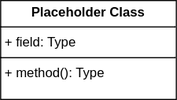
zbe711/TempMon keeps this draw.io diagram as arch/swe3/class_diagram.drawio.svg. Above is the earlier version. Source tidied: cells renumbered, new cells last; positions are measured from the earlier drawing's top-left corner, leaving out a move shared by most shapes. Source of this version:
```xml
<mxGraphModel>
  <root>
    <mxCell id="0" />
    <mxCell id="1" parent="0" />
    <mxCell id="2" value="&lt;p style=&quot;margin:0px;margin-top:4px;text-align:center;&quot;&gt;&lt;b&gt;Placeholder Class&lt;/b&gt;&lt;/p&gt;&lt;hr size=&quot;1&quot; style=&quot;border-style:solid;&quot;&gt;&lt;p style=&quot;margin:0px;margin-left:4px;&quot;&gt;+ field: Type&lt;/p&gt;&lt;hr size=&quot;1&quot; style=&quot;border-style:solid;&quot;&gt;&lt;p style=&quot;margin:0px;margin-left:4px;&quot;&gt;+ method(): Type&lt;/p&gt;" style="verticalAlign=top;align=left;overflow=fill;html=1;whiteSpace=wrap;" parent="1" vertex="1">
      <mxGeometry width="160" height="90" as="geometry" />
    </mxCell>
  </root>
</mxGraphModel>
```
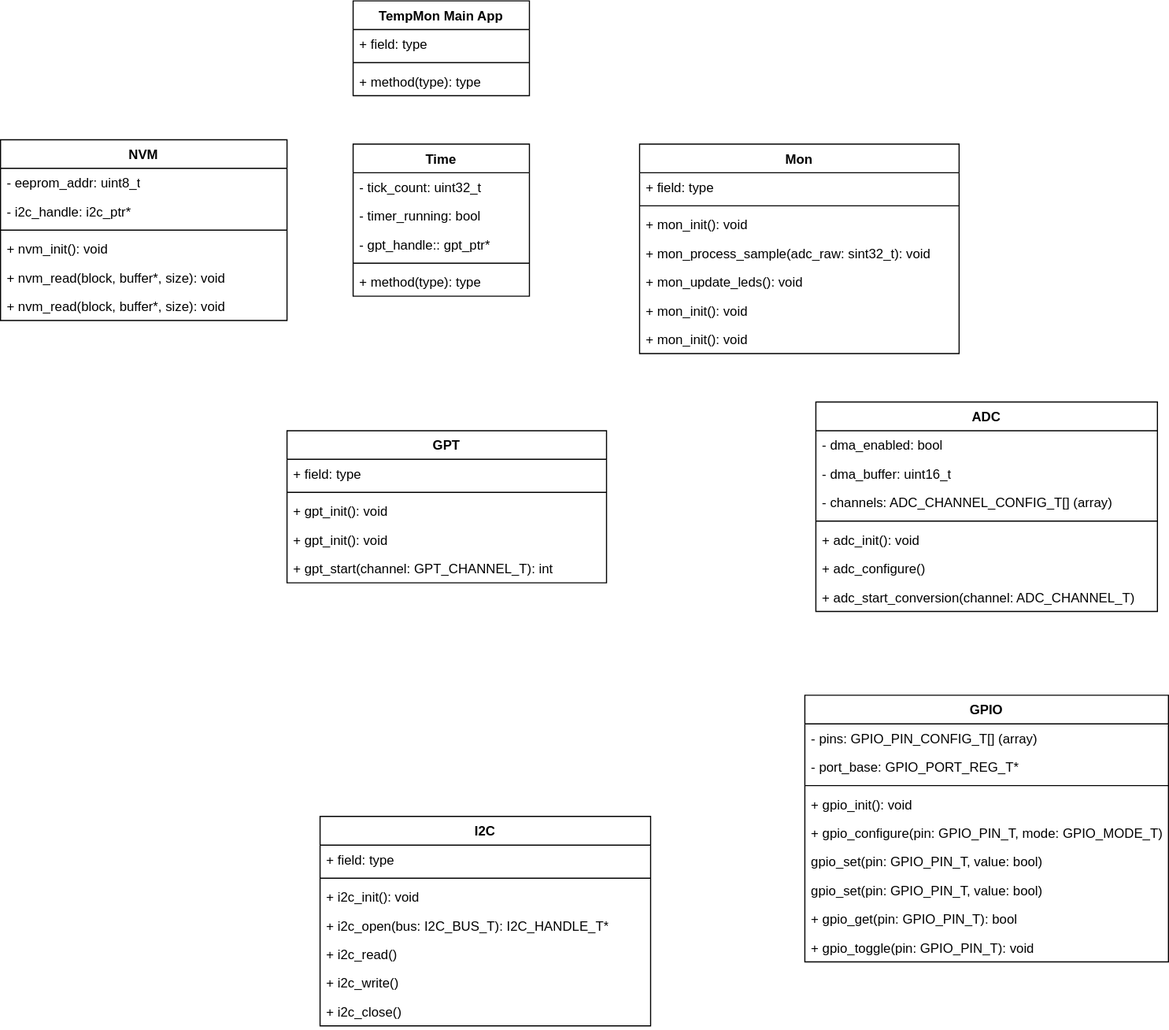
The same file after the commit.

Commit message:
add initial draft of class diagram

Change to the diagram source:
```diff
@@ -2,8 +2,176 @@
   <root>
     <mxCell id="0" />
     <mxCell id="1" parent="0" />
-    <mxCell id="2" value="&lt;p style=&quot;margin:0px;margin-top:4px;text-align:center;&quot;&gt;&lt;b&gt;Placeholder Class&lt;/b&gt;&lt;/p&gt;&lt;hr size=&quot;1&quot; style=&quot;border-style:solid;&quot;&gt;&lt;p style=&quot;margin:0px;margin-left:4px;&quot;&gt;+ field: Type&lt;/p&gt;&lt;hr size=&quot;1&quot; style=&quot;border-style:solid;&quot;&gt;&lt;p style=&quot;margin:0px;margin-left:4px;&quot;&gt;+ method(): Type&lt;/p&gt;" style="verticalAlign=top;align=left;overflow=fill;html=1;whiteSpace=wrap;" parent="1" vertex="1">
-      <mxGeometry width="160" height="90" as="geometry" />
+    <mxCell id="2" value="NVM" style="swimlane;fontStyle=1;align=center;verticalAlign=top;horizontal=1;startSize=26;whiteSpace=wrap;html=1;" parent="1" vertex="1">
+      <mxGeometry width="260" height="164" as="geometry" />
     </mxCell>
+    <mxCell id="3" value="- eeprom_addr: uint8_t" style="text;strokeColor=none;fillColor=none;align=left;verticalAlign=top;spacingLeft=4;spacingRight=4;overflow=hidden;whiteSpace=wrap;html=1;" parent="2" vertex="1">
+      <mxGeometry y="26" width="260" height="26" as="geometry" />
+    </mxCell>
+    <mxCell id="4" value="- i2c_handle: i2c_ptr*" style="text;strokeColor=none;fillColor=none;align=left;verticalAlign=top;spacingLeft=4;spacingRight=4;overflow=hidden;whiteSpace=wrap;html=1;" parent="2" vertex="1">
+      <mxGeometry y="52" width="260" height="26" as="geometry" />
+    </mxCell>
+    <mxCell id="5" style="line;strokeWidth=1;fillColor=none;align=left;verticalAlign=middle;spacingTop=-1;spacingLeft=3;spacingRight=3;labelPosition=right;strokeColor=inherit;" parent="2" vertex="1">
+      <mxGeometry y="78" width="260" height="8" as="geometry" />
+    </mxCell>
+    <mxCell id="6" value="+ nvm_init(): void" style="text;strokeColor=none;fillColor=none;align=left;verticalAlign=top;spacingLeft=4;spacingRight=4;overflow=hidden;whiteSpace=wrap;html=1;" parent="2" vertex="1">
+      <mxGeometry y="86" width="260" height="26" as="geometry" />
+    </mxCell>
+    <mxCell id="7" value="+ nvm_read(block, buffer*, size): void" style="text;strokeColor=none;fillColor=none;align=left;verticalAlign=top;spacingLeft=4;spacingRight=4;overflow=hidden;whiteSpace=wrap;html=1;" parent="2" vertex="1">
+      <mxGeometry y="112" width="260" height="26" as="geometry" />
+    </mxCell>
+    <mxCell id="8" value="+ nvm_read(block, buffer*, size): void" style="text;strokeColor=none;fillColor=none;align=left;verticalAlign=top;spacingLeft=4;spacingRight=4;overflow=hidden;whiteSpace=wrap;html=1;" parent="2" vertex="1">
+      <mxGeometry y="138" width="260" height="26" as="geometry" />
+    </mxCell>
+    <mxCell id="9" value="Time" style="swimlane;fontStyle=1;align=center;verticalAlign=top;horizontal=1;startSize=26;whiteSpace=wrap;html=1;" parent="1" vertex="1">
+      <mxGeometry x="320" y="4" width="160" height="138" as="geometry" />
+    </mxCell>
+    <mxCell id="10" value="- tick_count: uint32_t" style="text;strokeColor=none;fillColor=none;align=left;verticalAlign=top;spacingLeft=4;spacingRight=4;overflow=hidden;whiteSpace=wrap;html=1;" parent="9" vertex="1">
+      <mxGeometry y="26" width="160" height="26" as="geometry" />
+    </mxCell>
+    <mxCell id="11" value="- timer_running: bool" style="text;strokeColor=none;fillColor=none;align=left;verticalAlign=top;spacingLeft=4;spacingRight=4;overflow=hidden;whiteSpace=wrap;html=1;" parent="9" vertex="1">
+      <mxGeometry y="52" width="160" height="26" as="geometry" />
+    </mxCell>
+    <mxCell id="12" value="- gpt_handle:: gpt_ptr*" style="text;strokeColor=none;fillColor=none;align=left;verticalAlign=top;spacingLeft=4;spacingRight=4;overflow=hidden;whiteSpace=wrap;html=1;" parent="9" vertex="1">
+      <mxGeometry y="78" width="160" height="26" as="geometry" />
+    </mxCell>
+    <mxCell id="13" style="line;strokeWidth=1;fillColor=none;align=left;verticalAlign=middle;spacingTop=-1;spacingLeft=3;spacingRight=3;labelPosition=right;strokeColor=inherit;" parent="9" vertex="1">
+      <mxGeometry y="104" width="160" height="8" as="geometry" />
+    </mxCell>
+    <mxCell id="14" value="+ method(type): type" style="text;strokeColor=none;fillColor=none;align=left;verticalAlign=top;spacingLeft=4;spacingRight=4;overflow=hidden;whiteSpace=wrap;html=1;" parent="9" vertex="1">
+      <mxGeometry y="112" width="160" height="26" as="geometry" />
+    </mxCell>
+    <mxCell id="15" value="Mon" style="swimlane;fontStyle=1;align=center;verticalAlign=top;horizontal=1;startSize=26;whiteSpace=wrap;html=1;" parent="1" vertex="1">
+      <mxGeometry x="580" y="4" width="290" height="190" as="geometry" />
+    </mxCell>
+    <mxCell id="16" value="+ field: type" style="text;strokeColor=none;fillColor=none;align=left;verticalAlign=top;spacingLeft=4;spacingRight=4;overflow=hidden;whiteSpace=wrap;html=1;" parent="15" vertex="1">
+      <mxGeometry y="26" width="290" height="26" as="geometry" />
+    </mxCell>
+    <mxCell id="17" style="line;strokeWidth=1;fillColor=none;align=left;verticalAlign=middle;spacingTop=-1;spacingLeft=3;spacingRight=3;labelPosition=right;strokeColor=inherit;" parent="15" vertex="1">
+      <mxGeometry y="52" width="290" height="8" as="geometry" />
+    </mxCell>
+    <mxCell id="18" value="+ mon_init(): void" style="text;strokeColor=none;fillColor=none;align=left;verticalAlign=top;spacingLeft=4;spacingRight=4;overflow=hidden;whiteSpace=wrap;html=1;" parent="15" vertex="1">
+      <mxGeometry y="60" width="290" height="26" as="geometry" />
+    </mxCell>
+    <mxCell id="19" value="+ mon_process_sample(adc_raw: sint32_t): void" style="text;strokeColor=none;fillColor=none;align=left;verticalAlign=top;spacingLeft=4;spacingRight=4;overflow=hidden;whiteSpace=wrap;html=1;" parent="15" vertex="1">
+      <mxGeometry y="86" width="290" height="26" as="geometry" />
+    </mxCell>
+    <mxCell id="20" value="+ mon_update_leds(): void" style="text;strokeColor=none;fillColor=none;align=left;verticalAlign=top;spacingLeft=4;spacingRight=4;overflow=hidden;whiteSpace=wrap;html=1;" parent="15" vertex="1">
+      <mxGeometry y="112" width="290" height="26" as="geometry" />
+    </mxCell>
+    <mxCell id="21" value="+ mon_init(): void" style="text;strokeColor=none;fillColor=none;align=left;verticalAlign=top;spacingLeft=4;spacingRight=4;overflow=hidden;whiteSpace=wrap;html=1;" parent="15" vertex="1">
+      <mxGeometry y="138" width="290" height="26" as="geometry" />
+    </mxCell>
+    <mxCell id="22" value="+ mon_init(): void" style="text;strokeColor=none;fillColor=none;align=left;verticalAlign=top;spacingLeft=4;spacingRight=4;overflow=hidden;whiteSpace=wrap;html=1;" parent="15" vertex="1">
+      <mxGeometry y="164" width="290" height="26" as="geometry" />
+    </mxCell>
+    <mxCell id="23" value="TempMon Main App" style="swimlane;fontStyle=1;align=center;verticalAlign=top;horizontal=1;startSize=26;whiteSpace=wrap;html=1;" parent="1" vertex="1">
+      <mxGeometry x="320" y="-126" width="160" height="86" as="geometry" />
+    </mxCell>
+    <mxCell id="24" value="+ field: type" style="text;strokeColor=none;fillColor=none;align=left;verticalAlign=top;spacingLeft=4;spacingRight=4;overflow=hidden;whiteSpace=wrap;html=1;" parent="23" vertex="1">
+      <mxGeometry y="26" width="160" height="26" as="geometry" />
+    </mxCell>
+    <mxCell id="25" style="line;strokeWidth=1;fillColor=none;align=left;verticalAlign=middle;spacingTop=-1;spacingLeft=3;spacingRight=3;labelPosition=right;strokeColor=inherit;" parent="23" vertex="1">
+      <mxGeometry y="52" width="160" height="8" as="geometry" />
+    </mxCell>
+    <mxCell id="26" value="+ method(type): type" style="text;strokeColor=none;fillColor=none;align=left;verticalAlign=top;spacingLeft=4;spacingRight=4;overflow=hidden;whiteSpace=wrap;html=1;" parent="23" vertex="1">
+      <mxGeometry y="60" width="160" height="26" as="geometry" />
+    </mxCell>
+    <mxCell id="27" value="GPT" style="swimlane;fontStyle=1;align=center;verticalAlign=top;horizontal=1;startSize=26;whiteSpace=wrap;html=1;" parent="1" vertex="1">
+      <mxGeometry x="260" y="264" width="290" height="138" as="geometry" />
+    </mxCell>
+    <mxCell id="28" value="+ field: type" style="text;strokeColor=none;fillColor=none;align=left;verticalAlign=top;spacingLeft=4;spacingRight=4;overflow=hidden;whiteSpace=wrap;html=1;" parent="27" vertex="1">
+      <mxGeometry y="26" width="290" height="26" as="geometry" />
+    </mxCell>
+    <mxCell id="29" style="line;strokeWidth=1;fillColor=none;align=left;verticalAlign=middle;spacingTop=-1;spacingLeft=3;spacingRight=3;labelPosition=right;strokeColor=inherit;" parent="27" vertex="1">
+      <mxGeometry y="52" width="290" height="8" as="geometry" />
+    </mxCell>
+    <mxCell id="30" value="+ gpt_init(): void" style="text;strokeColor=none;fillColor=none;align=left;verticalAlign=top;spacingLeft=4;spacingRight=4;overflow=hidden;whiteSpace=wrap;html=1;" parent="27" vertex="1">
+      <mxGeometry y="60" width="290" height="26" as="geometry" />
+    </mxCell>
+    <mxCell id="31" value="+ gpt_init(): void" style="text;strokeColor=none;fillColor=none;align=left;verticalAlign=top;spacingLeft=4;spacingRight=4;overflow=hidden;whiteSpace=wrap;html=1;" parent="27" vertex="1">
+      <mxGeometry y="86" width="290" height="26" as="geometry" />
+    </mxCell>
+    <mxCell id="32" value="&lt;div&gt;&lt;font color=&quot;#000000&quot;&gt;+ gpt_start(channel: GPT_CHANNEL_T): int&lt;/font&gt;&lt;/div&gt;" style="text;strokeColor=none;fillColor=none;align=left;verticalAlign=top;spacingLeft=4;spacingRight=4;overflow=hidden;whiteSpace=wrap;html=1;" parent="27" vertex="1">
+      <mxGeometry y="112" width="290" height="26" as="geometry" />
+    </mxCell>
+    <mxCell id="33" value="ADC" style="swimlane;fontStyle=1;align=center;verticalAlign=top;horizontal=1;startSize=26;whiteSpace=wrap;html=1;" parent="1" vertex="1">
+      <mxGeometry x="740" y="238" width="310" height="190" as="geometry" />
+    </mxCell>
+    <mxCell id="34" value="- dma_enabled: bool" style="text;strokeColor=none;fillColor=none;align=left;verticalAlign=top;spacingLeft=4;spacingRight=4;overflow=hidden;whiteSpace=wrap;html=1;" parent="33" vertex="1">
+      <mxGeometry y="26" width="310" height="26" as="geometry" />
+    </mxCell>
+    <mxCell id="35" value="- dma_buffer: uint16_t" style="text;strokeColor=none;fillColor=none;align=left;verticalAlign=top;spacingLeft=4;spacingRight=4;overflow=hidden;whiteSpace=wrap;html=1;" parent="33" vertex="1">
+      <mxGeometry y="52" width="310" height="26" as="geometry" />
+    </mxCell>
+    <mxCell id="36" value="- channels: ADC_CHANNEL_CONFIG_T[] (array)" style="text;strokeColor=none;fillColor=none;align=left;verticalAlign=top;spacingLeft=4;spacingRight=4;overflow=hidden;whiteSpace=wrap;html=1;" parent="33" vertex="1">
+      <mxGeometry y="78" width="310" height="26" as="geometry" />
+    </mxCell>
+    <mxCell id="37" style="line;strokeWidth=1;fillColor=none;align=left;verticalAlign=middle;spacingTop=-1;spacingLeft=3;spacingRight=3;labelPosition=right;strokeColor=inherit;" parent="33" vertex="1">
+      <mxGeometry y="104" width="310" height="8" as="geometry" />
+    </mxCell>
+    <mxCell id="38" value="+ adc_init(): void" style="text;strokeColor=none;fillColor=none;align=left;verticalAlign=top;spacingLeft=4;spacingRight=4;overflow=hidden;whiteSpace=wrap;html=1;" parent="33" vertex="1">
+      <mxGeometry y="112" width="310" height="26" as="geometry" />
+    </mxCell>
+    <mxCell id="39" value="+ adc_configure()" style="text;strokeColor=none;fillColor=none;align=left;verticalAlign=top;spacingLeft=4;spacingRight=4;overflow=hidden;whiteSpace=wrap;html=1;" parent="33" vertex="1">
+      <mxGeometry y="138" width="310" height="26" as="geometry" />
+    </mxCell>
+    <mxCell id="40" value="+ adc_start_conversion(channel: ADC_CHANNEL_T)" style="text;strokeColor=none;fillColor=none;align=left;verticalAlign=top;spacingLeft=4;spacingRight=4;overflow=hidden;whiteSpace=wrap;html=1;" parent="33" vertex="1">
+      <mxGeometry y="164" width="310" height="26" as="geometry" />
+    </mxCell>
+    <mxCell id="41" value="GPIO" style="swimlane;fontStyle=1;align=center;verticalAlign=top;horizontal=1;startSize=26;whiteSpace=wrap;html=1;" parent="1" vertex="1">
+      <mxGeometry x="730" y="504" width="330" height="242" as="geometry" />
+    </mxCell>
+    <mxCell id="42" value="- pins: GPIO_PIN_CONFIG_T[] (array)" style="text;strokeColor=none;fillColor=none;align=left;verticalAlign=top;spacingLeft=4;spacingRight=4;overflow=hidden;whiteSpace=wrap;html=1;" parent="41" vertex="1">
+      <mxGeometry y="26" width="330" height="26" as="geometry" />
+    </mxCell>
+    <mxCell id="43" value="- port_base: GPIO_PORT_REG_T*&amp;nbsp;" style="text;strokeColor=none;fillColor=none;align=left;verticalAlign=top;spacingLeft=4;spacingRight=4;overflow=hidden;whiteSpace=wrap;html=1;" parent="41" vertex="1">
+      <mxGeometry y="52" width="330" height="26" as="geometry" />
+    </mxCell>
+    <mxCell id="44" style="line;strokeWidth=1;fillColor=none;align=left;verticalAlign=middle;spacingTop=-1;spacingLeft=3;spacingRight=3;labelPosition=right;strokeColor=inherit;" parent="41" vertex="1">
+      <mxGeometry y="78" width="330" height="8" as="geometry" />
+    </mxCell>
+    <mxCell id="45" value="+ gpio_init(): void" style="text;strokeColor=none;fillColor=none;align=left;verticalAlign=top;spacingLeft=4;spacingRight=4;overflow=hidden;whiteSpace=wrap;html=1;" parent="41" vertex="1">
+      <mxGeometry y="86" width="330" height="26" as="geometry" />
+    </mxCell>
+    <mxCell id="46" value="+ gpio_configure(pin: GPIO_PIN_T, mode: GPIO_MODE_T)" style="text;strokeColor=none;fillColor=none;align=left;verticalAlign=top;spacingLeft=4;spacingRight=4;overflow=hidden;whiteSpace=wrap;html=1;" parent="41" vertex="1">
+      <mxGeometry y="112" width="330" height="26" as="geometry" />
+    </mxCell>
+    <mxCell id="47" value="gpio_set(pin: GPIO_PIN_T, value: bool)" style="text;strokeColor=none;fillColor=none;align=left;verticalAlign=top;spacingLeft=4;spacingRight=4;overflow=hidden;whiteSpace=wrap;html=1;" parent="41" vertex="1">
+      <mxGeometry y="138" width="330" height="26" as="geometry" />
+    </mxCell>
+    <mxCell id="48" value="gpio_set(pin: GPIO_PIN_T, value: bool)" style="text;strokeColor=none;fillColor=none;align=left;verticalAlign=top;spacingLeft=4;spacingRight=4;overflow=hidden;whiteSpace=wrap;html=1;" parent="41" vertex="1">
+      <mxGeometry y="164" width="330" height="26" as="geometry" />
+    </mxCell>
+    <mxCell id="49" value="+ gpio_get(pin: GPIO_PIN_T): bool" style="text;strokeColor=none;fillColor=none;align=left;verticalAlign=top;spacingLeft=4;spacingRight=4;overflow=hidden;whiteSpace=wrap;html=1;" parent="41" vertex="1">
+      <mxGeometry y="190" width="330" height="26" as="geometry" />
+    </mxCell>
+    <mxCell id="50" value="+ gpio_toggle(pin: GPIO_PIN_T): void" style="text;strokeColor=none;fillColor=none;align=left;verticalAlign=top;spacingLeft=4;spacingRight=4;overflow=hidden;whiteSpace=wrap;html=1;" parent="41" vertex="1">
+      <mxGeometry y="216" width="330" height="26" as="geometry" />
+    </mxCell>
+    <mxCell id="51" value="I2C" style="swimlane;fontStyle=1;align=center;verticalAlign=top;horizontal=1;startSize=26;whiteSpace=wrap;html=1;" parent="1" vertex="1">
+      <mxGeometry x="290" y="614" width="300" height="190" as="geometry" />
+    </mxCell>
+    <mxCell id="52" value="+ field: type" style="text;strokeColor=none;fillColor=none;align=left;verticalAlign=top;spacingLeft=4;spacingRight=4;overflow=hidden;whiteSpace=wrap;html=1;" parent="51" vertex="1">
+      <mxGeometry y="26" width="300" height="26" as="geometry" />
+    </mxCell>
+    <mxCell id="53" style="line;strokeWidth=1;fillColor=none;align=left;verticalAlign=middle;spacingTop=-1;spacingLeft=3;spacingRight=3;labelPosition=right;strokeColor=inherit;" parent="51" vertex="1">
+      <mxGeometry y="52" width="300" height="8" as="geometry" />
+    </mxCell>
+    <mxCell id="54" value="+ i2c_init(): void" style="text;strokeColor=none;fillColor=none;align=left;verticalAlign=top;spacingLeft=4;spacingRight=4;overflow=hidden;whiteSpace=wrap;html=1;" parent="51" vertex="1">
+      <mxGeometry y="60" width="300" height="26" as="geometry" />
+    </mxCell>
+    <mxCell id="55" value="+ i2c_open(bus: I2C_BUS_T): I2C_HANDLE_T*" style="text;strokeColor=none;fillColor=none;align=left;verticalAlign=top;spacingLeft=4;spacingRight=4;overflow=hidden;whiteSpace=wrap;html=1;" parent="51" vertex="1">
+      <mxGeometry y="86" width="300" height="26" as="geometry" />
+    </mxCell>
+    <mxCell id="56" value="+ i2c_read()" style="text;strokeColor=none;fillColor=none;align=left;verticalAlign=top;spacingLeft=4;spacingRight=4;overflow=hidden;whiteSpace=wrap;html=1;" parent="51" vertex="1">
+      <mxGeometry y="112" width="300" height="26" as="geometry" />
+    </mxCell>
+    <mxCell id="57" value="+ i2c_write()" style="text;strokeColor=none;fillColor=none;align=left;verticalAlign=top;spacingLeft=4;spacingRight=4;overflow=hidden;whiteSpace=wrap;html=1;" parent="51" vertex="1">
+      <mxGeometry y="138" width="300" height="26" as="geometry" />
+    </mxCell>
+    <mxCell id="58" value="+ i2c_close()" style="text;strokeColor=none;fillColor=none;align=left;verticalAlign=top;spacingLeft=4;spacingRight=4;overflow=hidden;whiteSpace=wrap;html=1;" parent="51" vertex="1">
+      <mxGeometry y="164" width="300" height="26" as="geometry" />
+    </mxCell>
   </root>
 </mxGraphModel>
```
